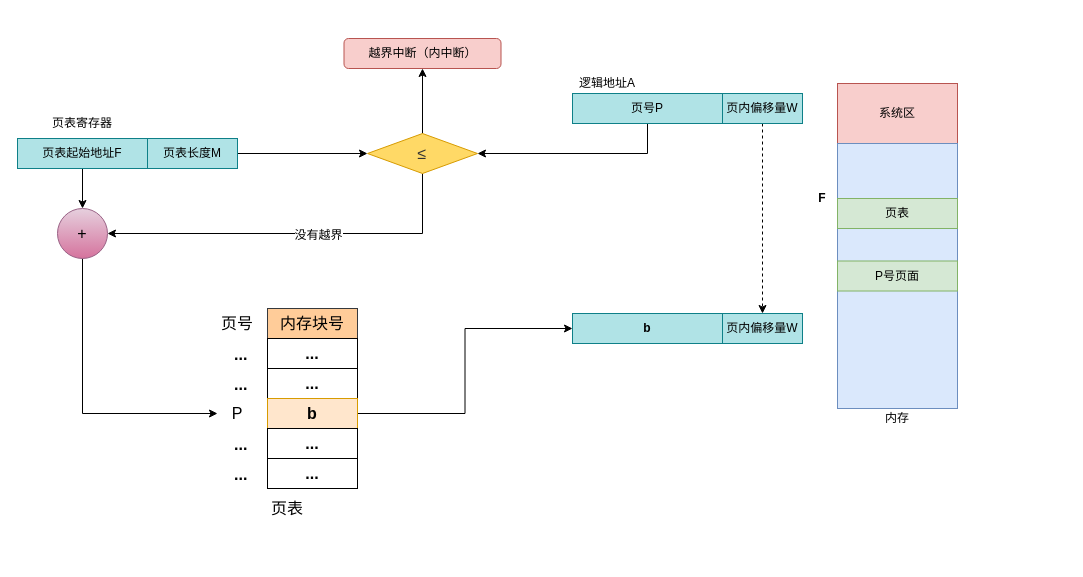
Earlier version of the draw.io diagram 分页存储管理方式.drawio (yankooo/draw.io). Source tidied: cells renumbered, new cells numbered last; positions are measured from the earlier drawing's top-left corner, leaving out a move shared by most shapes. Both pictures are drawn from the tidied source at 100%, with x=0, y=0 at pixel (17, 38).
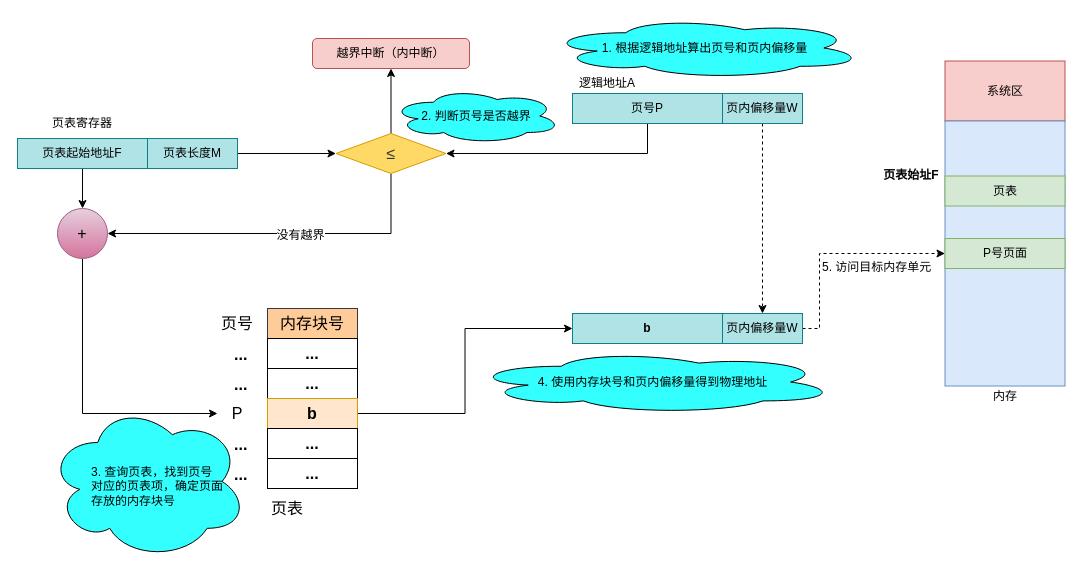
After the change.

Commit message (it also covers changes not shown here):
更新分页存储管理方式.drawio

Unchanged cells that the change refers to:
```xml
<mxCell id="33" value="页内偏移量W" style="rounded=0;whiteSpace=wrap;html=1;fillColor=#b0e3e6;strokeColor=#0e8088;" parent="1" vertex="1">
  <mxGeometry x="705" y="275" width="80" height="30" as="geometry" />
</mxCell>
```

The edit, as a diff of the source:
```diff
@@
     <mxCell id="10" value="&lt;span style=&quot;color: rgb(51 , 51 , 51) ; font-family: &amp;#34;arial&amp;#34; ; font-size: 16px ; background-color: rgb(255 , 217 , 102)&quot;&gt;≤&lt;/span&gt;" style="rhombus;whiteSpace=wrap;html=1;fontSize=16;gradientColor=none;fillColor=#FFD966;strokeColor=#d79b00;" parent="1" vertex="1">
-      <mxGeometry x="350" y="95" width="110" height="40" as="geometry" />
+      <mxGeometry x="318.5" y="95" width="110" height="40" as="geometry" />
     </mxCell>
@@
     <mxCell id="16" value="越界中断（内中断）" style="rounded=1;whiteSpace=wrap;html=1;fontSize=12;gradientColor=none;fillColor=#f8cecc;strokeColor=#b85450;" parent="1" vertex="1">
-      <mxGeometry x="326.5" width="157" height="30" as="geometry" />
+      <mxGeometry x="295" width="157" height="30" as="geometry" />
     </mxCell>
@@
+    <mxCell id="41" style="edgeStyle=orthogonalEdgeStyle;rounded=0;jettySize=auto;html=1;entryX=0;entryY=0.5;entryDx=0;entryDy=0;dashed=1;fontSize=12;" parent="1" edge="1" source="33" target="40">
+      <mxGeometry relative="1" as="geometry">
+        <Array as="points">
+          <mxPoint x="802" y="290" />
+          <mxPoint x="802" y="215" />
+        </Array>
+      </mxGeometry>
+    </mxCell>
@@
     <mxCell id="35" value="系统区" style="rounded=0;whiteSpace=wrap;html=1;fontSize=12;fillColor=#f8cecc;strokeColor=#b85450;" parent="1" vertex="1">
-      <mxGeometry x="820" y="45" width="120" height="60" as="geometry" />
+      <mxGeometry x="927.5" y="22.5" width="120" height="60" as="geometry" />
     </mxCell>
     <mxCell id="36" style="rounded=0;whiteSpace=wrap;html=1;fontSize=12;fillColor=#dae8fc;strokeColor=#6c8ebf;" parent="1" vertex="1">
-      <mxGeometry x="820" y="105" width="120" height="265" as="geometry" />
+      <mxGeometry x="927.5" y="82.5" width="120" height="265" as="geometry" />
     </mxCell>
     <mxCell id="37" value="内存" style="text;html=1;strokeColor=none;fillColor=none;align=center;verticalAlign=middle;whiteSpace=wrap;rounded=0;fontSize=12;" parent="1" vertex="1">
-      <mxGeometry x="860" y="370" width="40" height="20" as="geometry" />
+      <mxGeometry x="967.5" y="347.5" width="40" height="20" as="geometry" />
     </mxCell>
     <mxCell id="38" value="页表" style="rounded=0;whiteSpace=wrap;html=1;fontSize=12;fillColor=#d5e8d4;strokeColor=#82b366;" parent="1" vertex="1">
-      <mxGeometry x="820" y="160" width="120" height="30" as="geometry" />
+      <mxGeometry x="927.5" y="137.5" width="120" height="30" as="geometry" />
     </mxCell>
-    <mxCell id="39" value="F" style="text;html=1;strokeColor=none;fillColor=none;align=center;verticalAlign=middle;whiteSpace=wrap;rounded=0;fontSize=12;fontStyle=1;" parent="1" vertex="1">
-      <mxGeometry x="785" y="150" width="40" height="20" as="geometry" />
+    <mxCell id="39" value="页表始址F" style="text;html=1;strokeColor=none;fillColor=none;align=center;verticalAlign=middle;whiteSpace=wrap;rounded=0;fontSize=12;fontStyle=1;" parent="1" vertex="1">
+      <mxGeometry x="856" y="128" width="76" height="18" as="geometry" />
     </mxCell>
     <mxCell id="40" value="P号页面" style="rounded=0;whiteSpace=wrap;html=1;fontSize=12;fillColor=#d5e8d4;strokeColor=#82b366;" parent="1" vertex="1">
-      <mxGeometry x="820" y="222.5" width="120" height="30" as="geometry" />
+      <mxGeometry x="927.5" y="200" width="120" height="30" as="geometry" />
     </mxCell>
+    <mxCell id="42" value="1. 根据逻辑地址算出页号和页内偏移量" style="ellipse;shape=cloud;whiteSpace=wrap;html=1;fillColor=#33FFFF;gradientColor=none;fontSize=12;" parent="1" vertex="1">
+      <mxGeometry x="529" y="-21" width="317" height="61" as="geometry" />
+    </mxCell>
+    <mxCell id="43" value="2. 判断页号是否越界" style="ellipse;shape=cloud;whiteSpace=wrap;html=1;fillColor=#33FFFF;gradientColor=none;fontSize=12;" parent="1" vertex="1">
+      <mxGeometry x="373.5" y="50" width="170" height="55" as="geometry" />
+    </mxCell>
+    <mxCell id="44" style="ellipse;shape=cloud;whiteSpace=wrap;html=1;fillColor=#33FFFF;gradientColor=none;fontSize=12;" parent="1" vertex="1">
+      <mxGeometry x="30.5" y="365" width="199" height="156" as="geometry" />
+    </mxCell>
+    <mxCell id="45" value="3. 查询页表，找到页号&lt;br&gt;对应的页表项，确定页面&lt;br&gt;存放的内存块号" style="text;html=1;fontSize=12;" parent="1" vertex="1">
+      <mxGeometry x="71.5" y="420" width="129" height="67" as="geometry" />
+    </mxCell>
+    <mxCell id="46" value="4. 使用内存块号和页内偏移量得到物理地址" style="ellipse;shape=cloud;whiteSpace=wrap;html=1;fillColor=#33FFFF;gradientColor=none;fontSize=12;" parent="1" vertex="1">
+      <mxGeometry x="452" y="312" width="367" height="63" as="geometry" />
+    </mxCell>
+    <mxCell id="47" value="5. 访问目标内存单元" style="text;html=1;fontSize=12;" parent="1" vertex="1">
+      <mxGeometry x="802.8" y="215.2" width="129" height="28" as="geometry" />
+    </mxCell>
```
